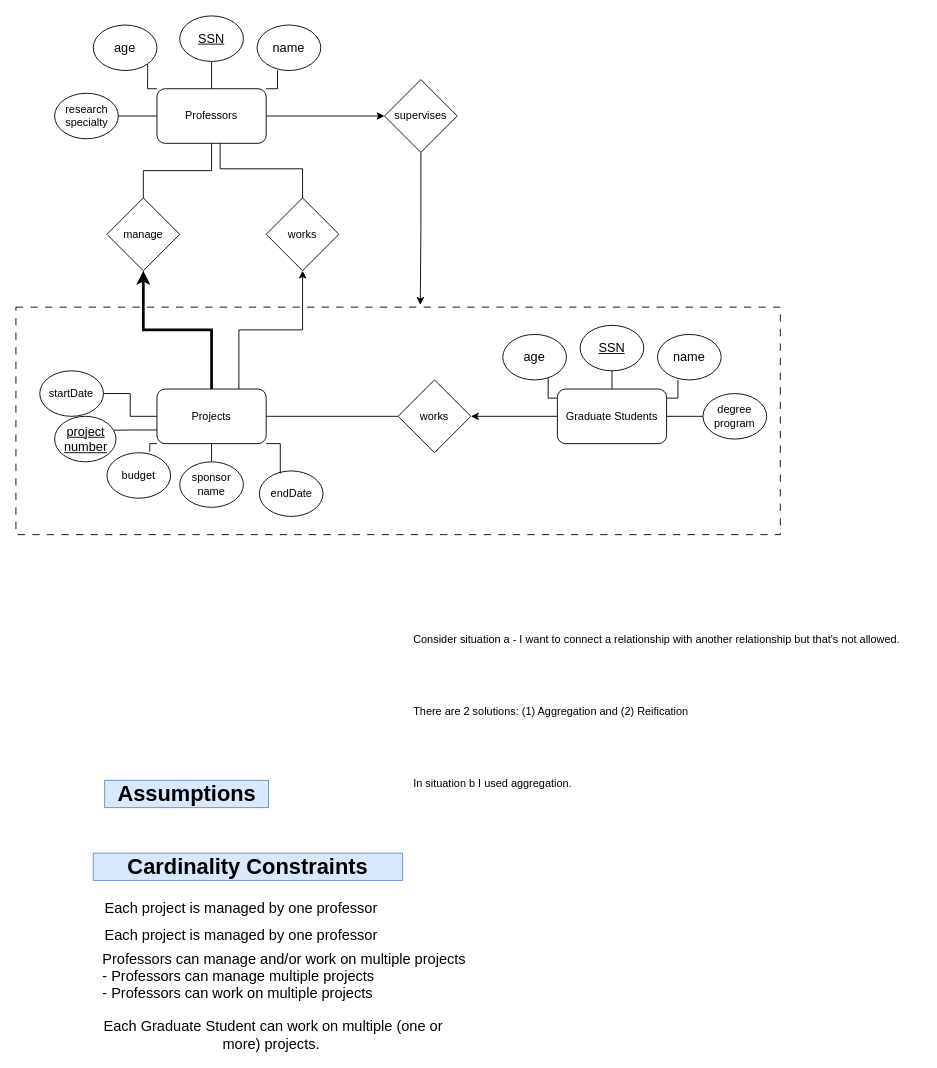
Earlier version of the draw.io diagram hw1/hw.drawio (saraimarte/CS336). Source tidied: cells renumbered, new cells numbered last; positions are measured from the earlier drawing's top-left corner, leaving out a move shared by most shapes. Both pictures are drawn from the tidied source at 91%, with x=0, y=0 at pixel (15, 15).
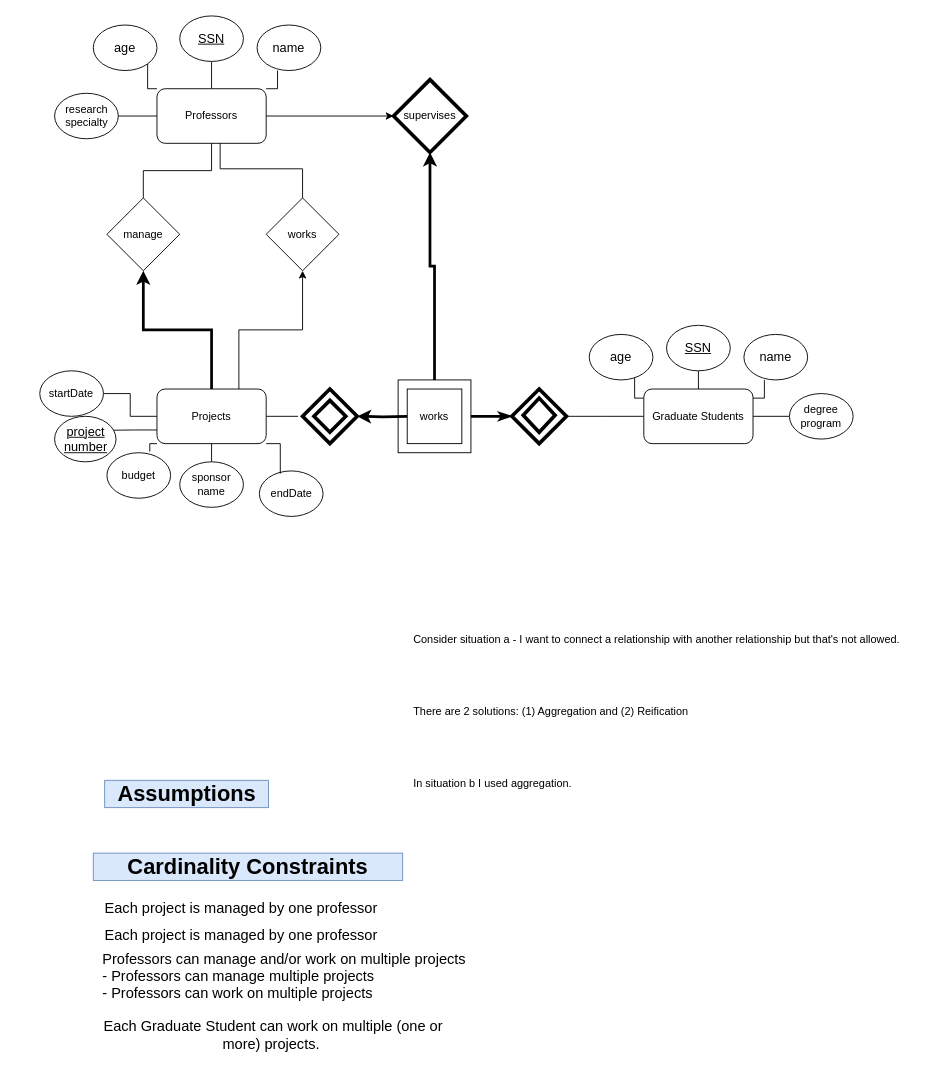
The same page after the edit.

Unchanged cells that the change refers to:
```xml
<mxCell id="18" value="Projects" style="rounded=1;whiteSpace=wrap;html=1;" parent="1" vertex="1">
  <mxGeometry x="155" y="410" width="120" height="60" as="geometry" />
</mxCell>
```

The edit, as a diff of the source:
```diff
@@
-    <mxCell id="17" style="edgeStyle=orthogonalEdgeStyle;rounded=0;jettySize=auto;html=1;exitX=1;exitY=0.5;exitDx=0;exitDy=0;entryX=0;entryY=0.5;entryDx=0;entryDy=0;endArrow=none;endFill=0;" parent="1" edge="1" source="18" target="45">
-      <mxGeometry relative="1" as="geometry" />
+    <mxCell id="17" style="edgeStyle=orthogonalEdgeStyle;rounded=0;jettySize=auto;html=1;exitX=1;exitY=0.5;exitDx=0;exitDy=0;endArrow=none;endFill=0;" parent="1" edge="1" source="18">
+      <mxGeometry relative="1" as="geometry">
+        <mxPoint x="310" y="440" as="targetPoint" />
+      </mxGeometry>
     </mxCell>
@@
     <mxCell id="24" style="edgeStyle=orthogonalEdgeStyle;rounded=0;orthogonalLoop=1;jettySize=auto;html=1;exitX=0.5;exitY=0;exitDx=0;exitDy=0;endArrow=none;endFill=0;" parent="1" edge="1">
       <mxGeometry relative="1" as="geometry">
-        <mxPoint x="655" y="420" as="sourcePoint" />
-        <mxPoint x="655" y="390" as="targetPoint" />
+        <mxPoint x="750" y="420" as="sourcePoint" />
+        <mxPoint x="750" y="390" as="targetPoint" />
       </mxGeometry>
     </mxCell>
     <mxCell id="25" style="edgeStyle=orthogonalEdgeStyle;rounded=0;orthogonalLoop=1;jettySize=auto;html=1;exitX=0;exitY=0;exitDx=0;exitDy=0;entryX=1;entryY=1;entryDx=0;entryDy=0;endArrow=none;endFill=0;" parent="1" edge="1">
       <mxGeometry relative="1" as="geometry">
-        <mxPoint x="595" y="420" as="sourcePoint" />
-        <mxPoint x="584.9" y="392.6" as="targetPoint" />
+        <mxPoint x="690" y="420" as="sourcePoint" />
+        <mxPoint x="679.9" y="392.6" as="targetPoint" />
       </mxGeometry>
     </mxCell>
@@
-    <mxCell id="27" style="edgeStyle=orthogonalEdgeStyle;rounded=0;jettySize=auto;html=1;exitX=0;exitY=0.5;exitDx=0;exitDy=0;entryX=1;entryY=0.5;entryDx=0;entryDy=0;" parent="1" edge="1" source="28" target="45">
-      <mxGeometry relative="1" as="geometry" />
+    <mxCell id="27" style="edgeStyle=orthogonalEdgeStyle;rounded=0;jettySize=auto;html=1;exitX=0;exitY=0.5;exitDx=0;exitDy=0;entryX=1;entryY=0.5;entryDx=0;entryDy=0;endArrow=none;endFill=0;" parent="1" edge="1" source="28">
+      <mxGeometry relative="1" as="geometry">
+        <mxPoint x="595" y="440" as="targetPoint" />
+      </mxGeometry>
     </mxCell>
     <mxCell id="28" value="Graduate Students" style="rounded=1;whiteSpace=wrap;html=1;" parent="1" vertex="1">
-      <mxGeometry x="595" y="410" width="120" height="60" as="geometry" />
+      <mxGeometry x="690" y="410" width="120" height="60" as="geometry" />
     </mxCell>
     <mxCell id="29" value="&lt;u&gt;&lt;font style=&quot;font-size: 14px;&quot;&gt;SSN&lt;/font&gt;&lt;/u&gt;" style="ellipse;whiteSpace=wrap;html=1;" parent="1" vertex="1">
-      <mxGeometry x="620" y="340" width="70" height="50" as="geometry" />
+      <mxGeometry x="715" y="340" width="70" height="50" as="geometry" />
     </mxCell>
     <mxCell id="30" value="&lt;font style=&quot;font-size: 14px;&quot;&gt;name&lt;/font&gt;" style="ellipse;whiteSpace=wrap;html=1;" parent="1" vertex="1">
-      <mxGeometry x="705" y="350" width="70" height="50" as="geometry" />
+      <mxGeometry x="800" y="350" width="70" height="50" as="geometry" />
     </mxCell>
     <mxCell id="31" style="edgeStyle=orthogonalEdgeStyle;rounded=0;orthogonalLoop=1;jettySize=auto;html=1;exitX=1;exitY=0;exitDx=0;exitDy=0;entryX=0.321;entryY=1;entryDx=0;entryDy=0;entryPerimeter=0;endArrow=none;endFill=0;" parent="1" edge="1">
       <mxGeometry relative="1" as="geometry">
-        <mxPoint x="715" y="420" as="sourcePoint" />
-        <mxPoint x="727.5" y="400" as="targetPoint" />
+        <mxPoint x="810" y="420" as="sourcePoint" />
+        <mxPoint x="822.5" y="400" as="targetPoint" />
       </mxGeometry>
     </mxCell>
     <mxCell id="32" value="&lt;font style=&quot;font-size: 14px;&quot;&gt;age&lt;/font&gt;" style="ellipse;whiteSpace=wrap;html=1;" parent="1" vertex="1">
-      <mxGeometry x="535" y="350" width="70" height="50" as="geometry" />
+      <mxGeometry x="630" y="350" width="70" height="50" as="geometry" />
     </mxCell>
     <mxCell id="33" value="&lt;div&gt;degree&lt;/div&gt;&lt;div&gt;program&lt;/div&gt;" style="ellipse;whiteSpace=wrap;html=1;" parent="1" vertex="1">
-      <mxGeometry x="755" y="415" width="70" height="50" as="geometry" />
+      <mxGeometry x="850" y="415" width="70" height="50" as="geometry" />
     </mxCell>
@@
-    <mxCell id="45" value="works" style="rhombus;whiteSpace=wrap;html=1;" parent="1" vertex="1">
-      <mxGeometry x="420" y="400" width="80" height="80" as="geometry" />
-    </mxCell>
@@
-    <mxCell id="47" value="supervises" style="rhombus;whiteSpace=wrap;html=1;" parent="1" vertex="1">
-      <mxGeometry x="405" y="70" width="80" height="80" as="geometry" />
+    <mxCell id="47" value="supervises" style="rhombus;whiteSpace=wrap;html=1;strokeWidth=4;" parent="1" vertex="1">
+      <mxGeometry x="415" y="70" width="80" height="80" as="geometry" />
     </mxCell>
-    <mxCell id="48" style="rounded=0;whiteSpace=wrap;html=1;dashed=1;fillColor=none;strokeWidth=1;perimeterSpacing=0;dashPattern=8 8;" parent="1" vertex="1">
-      <mxGeometry y="320" width="840" height="250" as="geometry" />
-    </mxCell>
-    <mxCell id="49" style="edgeStyle=orthogonalEdgeStyle;rounded=0;jettySize=auto;html=1;entryX=0.529;entryY=-0.01;entryDx=0;entryDy=0;entryPerimeter=0;" parent="1" edge="1" source="47" target="48">
-      <mxGeometry relative="1" as="geometry" />
-    </mxCell>
@@
+    <mxCell id="51" style="group;" parent="1" vertex="1">
+      <mxGeometry x="420" y="400" width="80" height="80" as="geometry" />
+    </mxCell>
+    <mxCell id="52" style="whiteSpace=wrap;html=1;" parent="51" vertex="1">
+      <mxGeometry width="80" height="80" as="geometry" />
+    </mxCell>
+    <mxCell id="45" value="works" style="whiteSpace=wrap;html=1;" parent="51" vertex="1">
+      <mxGeometry x="10" y="10" width="60" height="60" as="geometry" />
+    </mxCell>
+    <mxCell id="53" style="rhombus;whiteSpace=wrap;html=1;strokeWidth=4;" parent="1" vertex="1">
+      <mxGeometry x="315" y="410" width="60" height="60" as="geometry" />
+    </mxCell>
+    <mxCell id="54" style="edgeStyle=orthogonalEdgeStyle;rounded=0;jettySize=auto;html=1;endArrow=none;endFill=0;strokeWidth=3;startArrow=classic;startFill=1;" parent="1" edge="1" target="45">
+      <mxGeometry relative="1" as="geometry">
+        <mxPoint x="375" y="440" as="sourcePoint" />
+      </mxGeometry>
+    </mxCell>
+    <mxCell id="55" style="rhombus;whiteSpace=wrap;html=1;strokeWidth=4;" parent="1" vertex="1">
+      <mxGeometry x="327.5" y="422.5" width="35" height="35" as="geometry" />
+    </mxCell>
+    <mxCell id="56" style="group;" parent="1" vertex="1">
+      <mxGeometry x="545" y="410" width="60" height="60" as="geometry" />
+    </mxCell>
+    <mxCell id="57" style="rhombus;whiteSpace=wrap;html=1;strokeWidth=4;" parent="56" vertex="1">
+      <mxGeometry width="60" height="60" as="geometry" />
+    </mxCell>
+    <mxCell id="58" style="rhombus;whiteSpace=wrap;html=1;strokeWidth=4;" parent="56" vertex="1">
+      <mxGeometry x="12.5" y="10" width="35" height="37.5" as="geometry" />
+    </mxCell>
+    <mxCell id="59" style="edgeStyle=orthogonalEdgeStyle;rounded=0;jettySize=auto;html=1;endArrow=classicThin;endFill=1;strokeWidth=3;" parent="1" edge="1" source="52">
+      <mxGeometry relative="1" as="geometry">
+        <mxPoint x="545" y="440" as="targetPoint" />
+      </mxGeometry>
+    </mxCell>
+    <mxCell id="60" style="edgeStyle=orthogonalEdgeStyle;rounded=0;jettySize=auto;html=1;entryX=0.5;entryY=1;entryDx=0;entryDy=0;strokeWidth=3;" parent="1" edge="1" source="52" target="47">
+      <mxGeometry relative="1" as="geometry" />
+    </mxCell>
```
